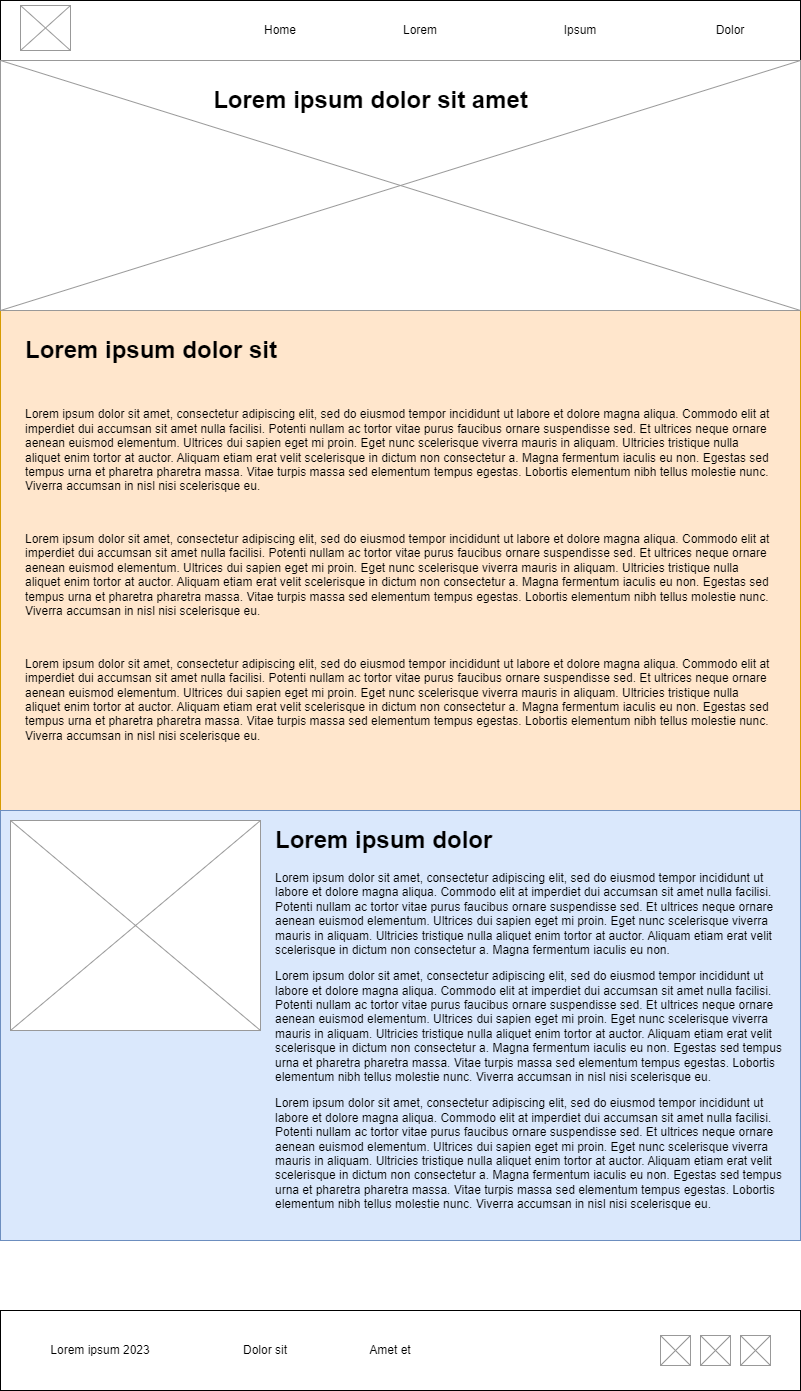
This is wwr/images/wireframe_rivers.png from tshanim/wdd130, a draw.io export, as it was before one commit. Source tidied: cells renumbered, new cells last; positions are measured from the earlier drawing's top-left corner, leaving out a move shared by most shapes.
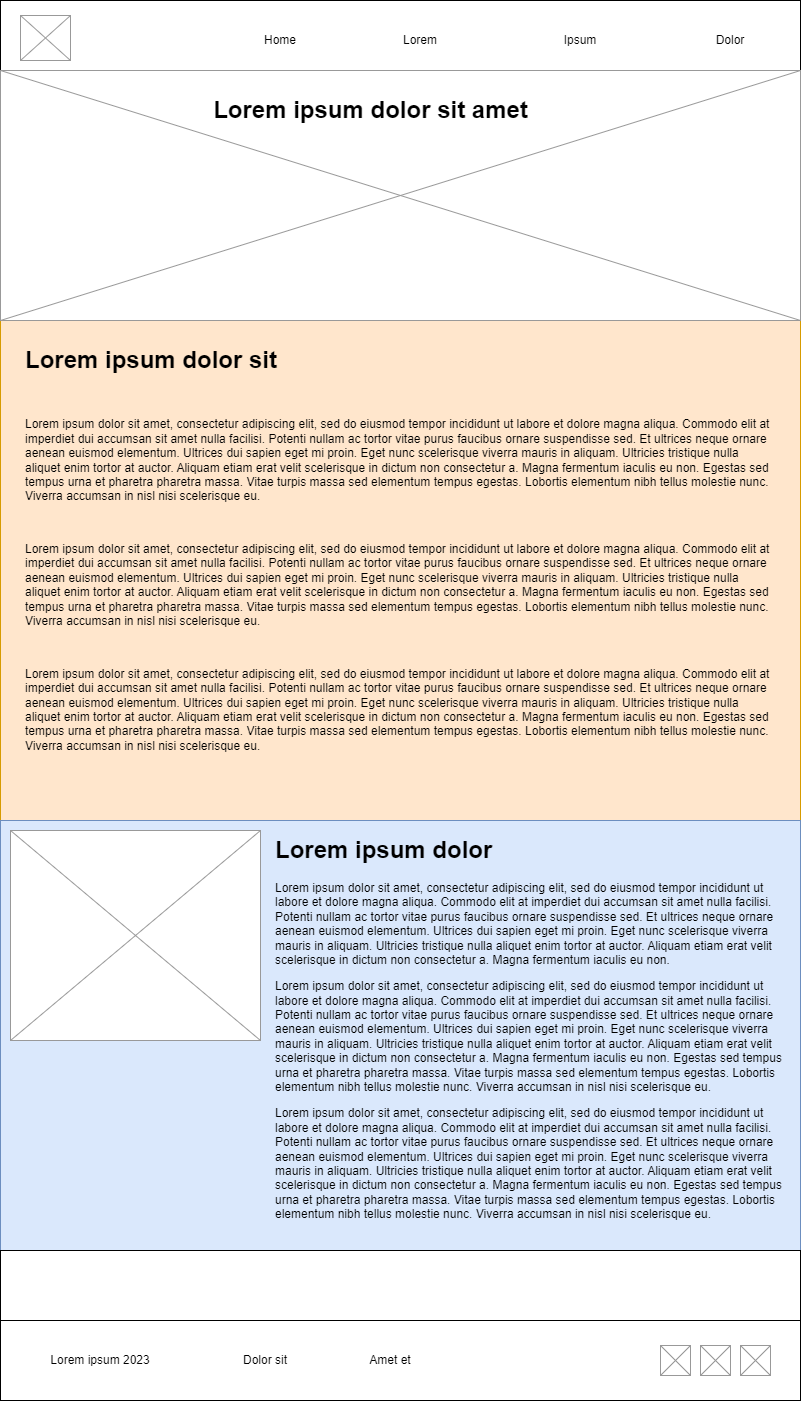
The same diagram one commit later.

Commit message:
updated the wireframe for page2 again

Diff of the diagram source:
```diff
@@ -6,7 +6,7 @@
       <mxGeometry y="310" width="800" height="500" as="geometry" />
     </mxCell>
     <mxCell id="3" style="rounded=0;whiteSpace=wrap;html=1;" parent="1" vertex="1">
-      <mxGeometry width="800" height="60" as="geometry" />
+      <mxGeometry y="-10" width="800" height="70" as="geometry" />
     </mxCell>
     <mxCell id="4" style="verticalLabelPosition=bottom;shadow=0;dashed=0;align=center;html=1;verticalAlign=top;strokeWidth=1;shape=mxgraph.mockup.graphics.simpleIcon;strokeColor=#999999;" parent="1" vertex="1">
       <mxGeometry x="20" y="5" width="50" height="45" as="geometry" />
@@ -62,5 +62,8 @@
     <mxCell id="21" value="Lorem ipsum dolor sit amet" style="text;strokeColor=none;fillColor=none;html=1;fontSize=24;fontStyle=1;verticalAlign=middle;align=center;" parent="1" vertex="1">
       <mxGeometry x="200" y="80" width="340" height="40" as="geometry" />
     </mxCell>
+    <mxCell id="22" style="rounded=0;whiteSpace=wrap;html=1;fillStyle=dots;" parent="1" vertex="1">
+      <mxGeometry y="1240" width="800" height="70" as="geometry" />
+    </mxCell>
   </root>
 </mxGraphModel>
```
